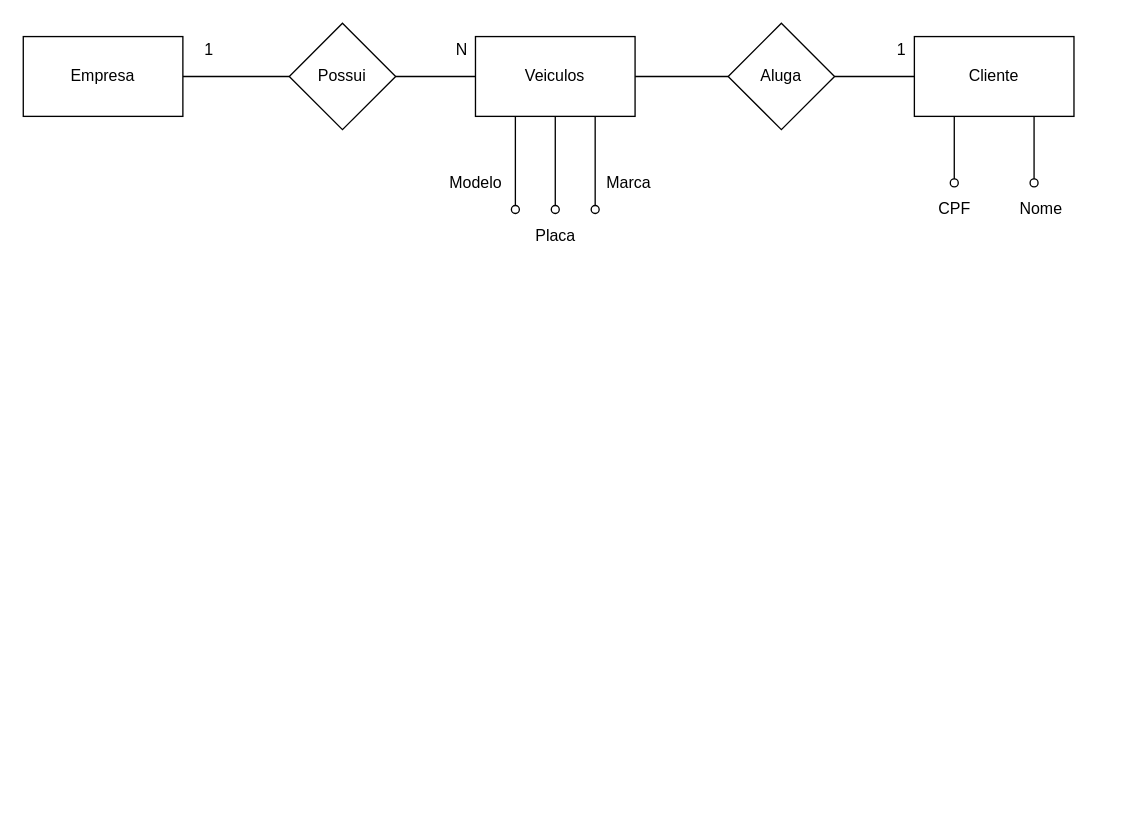
Above: page "conceitual" (1 of 2) of exercicios/1.2-exercicio-locadora/exercicio1.2_senai.drawio in Matheus-neri1998/Senai_sprint1_bd (draw.io), before the change. Source tidied: cells renumbered, new cells numbered last; positions are measured from the earlier drawing's top-left corner, leaving out a move shared by most shapes. Both pictures are drawn from the tidied source at 133%, with x=0, y=0 at pixel (23, 23).
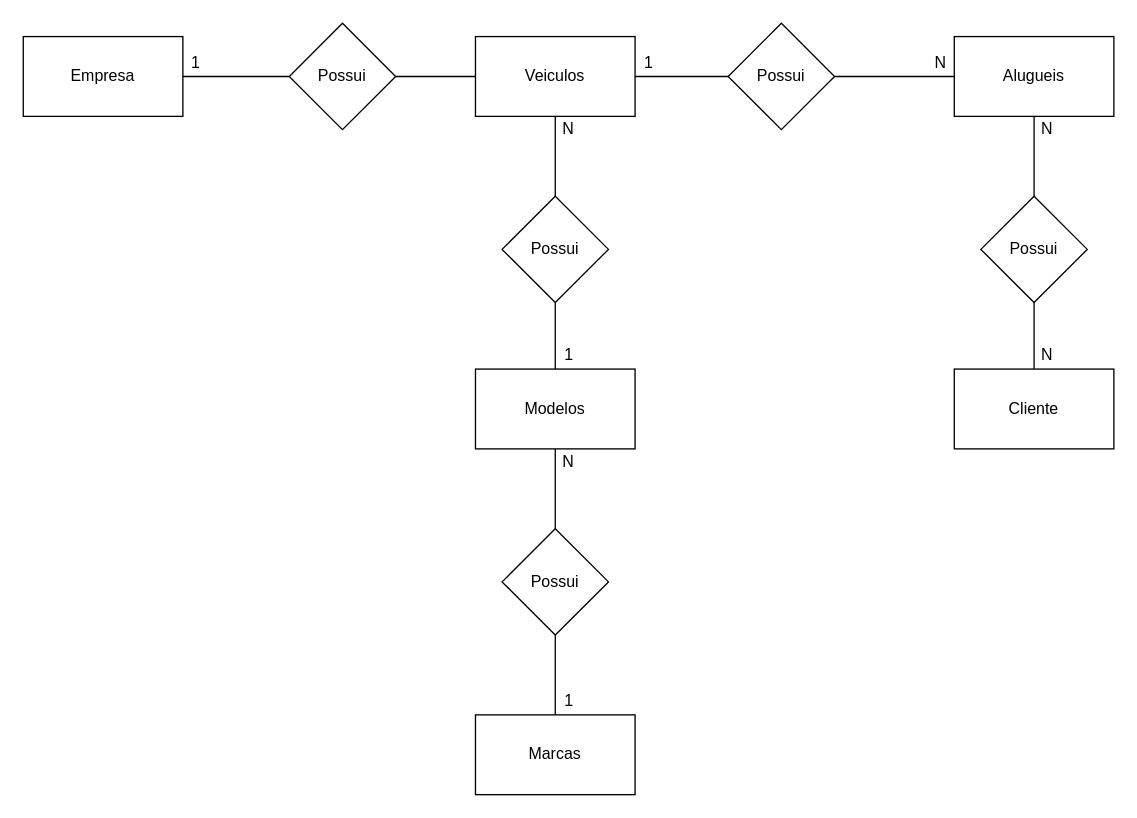
After the change.

Unchanged cells that the change refers to:
```xml
<mxCell id="8" value="Veiculos&lt;br&gt;" style="rounded=0;whiteSpace=wrap;html=1;" parent="1" vertex="1">
  <mxGeometry x="340" y="10" width="120" height="60" as="geometry" />
</mxCell>
```

Change to the diagram source:
```diff
@@
-    <mxCell id="4" style="edgeStyle=orthogonalEdgeStyle;rounded=0;jettySize=auto;html=1;exitX=1;exitY=0.5;exitDx=0;exitDy=0;entryX=0;entryY=0.5;entryDx=0;entryDy=0;endArrow=none;endFill=0;" parent="1" edge="1" source="8" target="14">
-      <mxGeometry relative="1" as="geometry" />
+    <mxCell id="4" style="edgeStyle=orthogonalEdgeStyle;rounded=0;jettySize=auto;html=1;exitX=1;exitY=0.5;exitDx=0;exitDy=0;entryX=0;entryY=0.5;entryDx=0;entryDy=0;endArrow=none;endFill=0;" parent="1" edge="1" source="8">
+      <mxGeometry relative="1" as="geometry">
+        <mxPoint x="530" y="40" as="targetPoint" />
+      </mxGeometry>
     </mxCell>
-    <mxCell id="5" style="edgeStyle=orthogonalEdgeStyle;rounded=0;jettySize=auto;html=1;exitX=0.25;exitY=1;exitDx=0;exitDy=0;endArrow=oval;endFill=0;" parent="1" edge="1" source="8">
-      <mxGeometry relative="1" as="geometry">
-        <mxPoint x="370" y="140" as="targetPoint" />
-      </mxGeometry>
-    </mxCell>
-    <mxCell id="6" style="edgeStyle=orthogonalEdgeStyle;rounded=0;jettySize=auto;html=1;exitX=0.5;exitY=1;exitDx=0;exitDy=0;endArrow=oval;endFill=0;" parent="1" edge="1" source="8">
-      <mxGeometry relative="1" as="geometry">
-        <mxPoint x="400" y="140" as="targetPoint" />
-      </mxGeometry>
-    </mxCell>
-    <mxCell id="7" style="edgeStyle=orthogonalEdgeStyle;rounded=0;jettySize=auto;html=1;exitX=0.75;exitY=1;exitDx=0;exitDy=0;endArrow=oval;endFill=0;" parent="1" edge="1" source="8">
-      <mxGeometry relative="1" as="geometry">
-        <mxPoint x="430" y="140" as="targetPoint" />
-      </mxGeometry>
-    </mxCell>
+    <mxCell id="24" style="edgeStyle=orthogonalEdgeStyle;rounded=0;jettySize=auto;html=1;exitX=0.5;exitY=1;exitDx=0;exitDy=0;endArrow=none;endFill=0;" parent="1" edge="1" source="8">
+      <mxGeometry relative="1" as="geometry">
+        <mxPoint x="400" y="130" as="targetPoint" />
+      </mxGeometry>
+    </mxCell>
@@
     <mxCell id="11" value="1" style="text;html=1;strokeColor=none;fillColor=none;align=center;verticalAlign=middle;whiteSpace=wrap;rounded=0;" parent="1" vertex="1">
-      <mxGeometry x="120" y="10" width="40" height="20" as="geometry" />
+      <mxGeometry x="110" y="20" width="40" height="20" as="geometry" />
     </mxCell>
     <mxCell id="12" value="N" style="text;html=1;strokeColor=none;fillColor=none;align=center;verticalAlign=middle;whiteSpace=wrap;rounded=0;" parent="1" vertex="1">
-      <mxGeometry x="310" y="10" width="40" height="20" as="geometry" />
+      <mxGeometry x="390" y="70" width="40" height="20" as="geometry" />
     </mxCell>
-    <mxCell id="13" style="edgeStyle=orthogonalEdgeStyle;rounded=0;jettySize=auto;html=1;exitX=1;exitY=0.5;exitDx=0;exitDy=0;entryX=0;entryY=0.5;entryDx=0;entryDy=0;endArrow=none;endFill=0;" parent="1" edge="1" source="14" target="17">
-      <mxGeometry relative="1" as="geometry" />
-    </mxCell>
-    <mxCell id="14" value="Aluga" style="rhombus;whiteSpace=wrap;html=1;" parent="1" vertex="1">
-      <mxGeometry x="530" width="80" height="80" as="geometry" />
-    </mxCell>
-    <mxCell id="15" style="edgeStyle=orthogonalEdgeStyle;rounded=0;jettySize=auto;html=1;exitX=0.25;exitY=1;exitDx=0;exitDy=0;endArrow=oval;endFill=0;" parent="1" edge="1" source="17">
-      <mxGeometry relative="1" as="geometry">
-        <mxPoint x="700" y="120" as="targetPoint" />
-      </mxGeometry>
-    </mxCell>
-    <mxCell id="16" style="edgeStyle=orthogonalEdgeStyle;rounded=0;jettySize=auto;html=1;exitX=0.75;exitY=1;exitDx=0;exitDy=0;endArrow=oval;endFill=0;" parent="1" edge="1" source="17">
-      <mxGeometry relative="1" as="geometry">
-        <mxPoint x="760" y="120" as="targetPoint" />
-      </mxGeometry>
-    </mxCell>
     <mxCell id="17" value="Cliente" style="whiteSpace=wrap;html=1;" parent="1" vertex="1">
-      <mxGeometry x="670" y="10" width="120" height="60" as="geometry" />
+      <mxGeometry x="700" y="260" width="120" height="60" as="geometry" />
     </mxCell>
     <mxCell id="18" value="1" style="text;html=1;align=center;verticalAlign=middle;" parent="1" vertex="1">
-      <mxGeometry x="650" y="10" width="20" height="20" as="geometry" />
+      <mxGeometry x="460" y="20" width="20" height="20" as="geometry" />
     </mxCell>
-    <mxCell id="19" value="CPF" style="text;html=1;align=center;verticalAlign=middle;" parent="1" vertex="1">
-      <mxGeometry x="680" y="130" width="40" height="20" as="geometry" />
-    </mxCell>
-    <mxCell id="20" value="Nome" style="text;html=1;align=center;verticalAlign=middle;" parent="1" vertex="1">
-      <mxGeometry x="740" y="130" width="50" height="20" as="geometry" />
-    </mxCell>
-    <mxCell id="21" value="Marca" style="text;html=1;align=center;verticalAlign=middle;" parent="1" vertex="1">
-      <mxGeometry x="430" y="110" width="50" height="20" as="geometry" />
-    </mxCell>
-    <mxCell id="22" value="Placa" style="text;html=1;align=center;verticalAlign=middle;" parent="1" vertex="1">
-      <mxGeometry x="375" y="150" width="50" height="20" as="geometry" />
-    </mxCell>
-    <mxCell id="23" value="Modelo" style="text;html=1;align=center;verticalAlign=middle;" parent="1" vertex="1">
-      <mxGeometry x="315" y="110" width="50" height="20" as="geometry" />
-    </mxCell>
+    <mxCell id="25" style="edgeStyle=orthogonalEdgeStyle;rounded=0;jettySize=auto;html=1;exitX=1;exitY=0.5;exitDx=0;exitDy=0;entryX=0;entryY=0.5;entryDx=0;entryDy=0;endArrow=none;endFill=0;" parent="1" edge="1" source="26" target="28">
+      <mxGeometry relative="1" as="geometry" />
+    </mxCell>
+    <mxCell id="26" value="Possui" style="rhombus;whiteSpace=wrap;html=1;" parent="1" vertex="1">
+      <mxGeometry x="530" width="80" height="80" as="geometry" />
+    </mxCell>
+    <mxCell id="27" style="edgeStyle=orthogonalEdgeStyle;rounded=0;jettySize=auto;html=1;exitX=0.5;exitY=1;exitDx=0;exitDy=0;endArrow=none;endFill=0;" parent="1" edge="1" source="28">
+      <mxGeometry relative="1" as="geometry">
+        <mxPoint x="760" y="130" as="targetPoint" />
+      </mxGeometry>
+    </mxCell>
+    <mxCell id="28" value="Alugueis&lt;br&gt;" style="rounded=0;whiteSpace=wrap;html=1;" parent="1" vertex="1">
+      <mxGeometry x="700" y="10" width="120" height="60" as="geometry" />
+    </mxCell>
+    <mxCell id="29" style="edgeStyle=orthogonalEdgeStyle;rounded=0;jettySize=auto;html=1;exitX=0.5;exitY=1;exitDx=0;exitDy=0;entryX=0.5;entryY=0;entryDx=0;entryDy=0;endArrow=none;endFill=0;" parent="1" edge="1" source="30" target="17">
+      <mxGeometry relative="1" as="geometry" />
+    </mxCell>
+    <mxCell id="30" value="Possui" style="rhombus;whiteSpace=wrap;html=1;" parent="1" vertex="1">
+      <mxGeometry x="720" y="130" width="80" height="80" as="geometry" />
+    </mxCell>
+    <mxCell id="31" style="edgeStyle=orthogonalEdgeStyle;rounded=0;jettySize=auto;html=1;exitX=0.5;exitY=1;exitDx=0;exitDy=0;endArrow=none;endFill=0;" parent="1" edge="1" source="32">
+      <mxGeometry relative="1" as="geometry">
+        <mxPoint x="400" y="260" as="targetPoint" />
+      </mxGeometry>
+    </mxCell>
+    <mxCell id="32" value="Possui" style="rhombus;whiteSpace=wrap;html=1;" parent="1" vertex="1">
+      <mxGeometry x="360" y="130" width="80" height="80" as="geometry" />
+    </mxCell>
+    <mxCell id="33" style="edgeStyle=orthogonalEdgeStyle;rounded=0;jettySize=auto;html=1;exitX=0.5;exitY=1;exitDx=0;exitDy=0;endArrow=none;endFill=0;" parent="1" edge="1" source="34">
+      <mxGeometry relative="1" as="geometry">
+        <mxPoint x="400" y="520" as="targetPoint" />
+      </mxGeometry>
+    </mxCell>
+    <mxCell id="34" value="Possui" style="rhombus;whiteSpace=wrap;html=1;" parent="1" vertex="1">
+      <mxGeometry x="360" y="380" width="80" height="80" as="geometry" />
+    </mxCell>
+    <mxCell id="35" style="edgeStyle=orthogonalEdgeStyle;rounded=0;jettySize=auto;html=1;exitX=0.5;exitY=1;exitDx=0;exitDy=0;endArrow=none;endFill=0;" parent="1" edge="1" source="36">
+      <mxGeometry relative="1" as="geometry">
+        <mxPoint x="400" y="380" as="targetPoint" />
+      </mxGeometry>
+    </mxCell>
+    <mxCell id="36" value="Modelos" style="whiteSpace=wrap;html=1;" parent="1" vertex="1">
+      <mxGeometry x="340" y="260" width="120" height="60" as="geometry" />
+    </mxCell>
+    <mxCell id="37" value="Marcas" style="whiteSpace=wrap;html=1;" parent="1" vertex="1">
+      <mxGeometry x="340" y="520" width="120" height="60" as="geometry" />
+    </mxCell>
+    <mxCell id="38" value="N" style="text;html=1;strokeColor=none;fillColor=none;align=center;verticalAlign=middle;whiteSpace=wrap;rounded=0;" parent="1" vertex="1">
+      <mxGeometry x="390" y="320" width="40" height="20" as="geometry" />
+    </mxCell>
+    <mxCell id="39" value="1" style="text;html=1;align=center;verticalAlign=middle;" parent="1" vertex="1">
+      <mxGeometry x="400" y="500" width="20" height="20" as="geometry" />
+    </mxCell>
+    <mxCell id="40" value="N" style="text;html=1;strokeColor=none;fillColor=none;align=center;verticalAlign=middle;whiteSpace=wrap;rounded=0;" parent="1" vertex="1">
+      <mxGeometry x="670" y="20" width="40" height="20" as="geometry" />
+    </mxCell>
+    <mxCell id="41" value="N" style="text;html=1;strokeColor=none;fillColor=none;align=center;verticalAlign=middle;whiteSpace=wrap;rounded=0;" parent="1" vertex="1">
+      <mxGeometry x="750" y="70" width="40" height="20" as="geometry" />
+    </mxCell>
+    <mxCell id="42" value="N" style="text;html=1;strokeColor=none;fillColor=none;align=center;verticalAlign=middle;whiteSpace=wrap;rounded=0;" parent="1" vertex="1">
+      <mxGeometry x="750" y="240" width="40" height="20" as="geometry" />
+    </mxCell>
+    <mxCell id="43" value="1" style="text;html=1;align=center;verticalAlign=middle;" parent="1" vertex="1">
+      <mxGeometry x="400" y="240" width="20" height="20" as="geometry" />
+    </mxCell>
```
